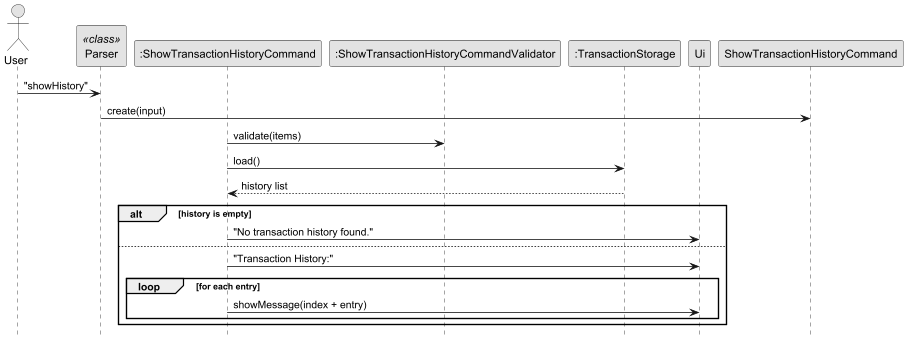
The PlantUML diagram docs/diagrams/ShowTransactionHistoryCommandSequenceDiagram.png in fmohamedfaras/tp, before a commit.
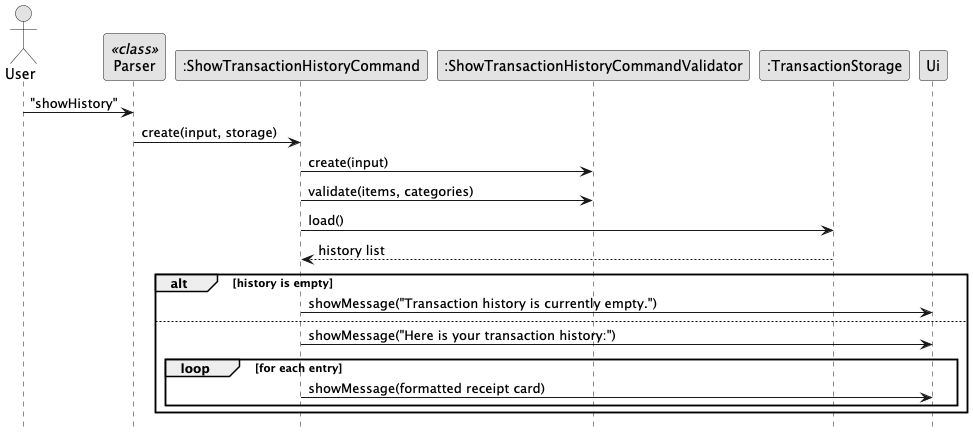
After the change.

Diff of the diagram source:
```diff
@@ -3,6 +3,7 @@
 skinparam shadowing false
 hide circle
 hide footbox
+
 
 actor User
 participant Parser <<class>>
@@ -12,19 +13,20 @@
 participant Ui
 
 User -> Parser: "showHistory"
-Parser -> ShowTransactionHistoryCommand: create(input)
+Parser -> ":ShowTransactionHistoryCommand": create(input, storage)
 
-":ShowTransactionHistoryCommand" -> ":ShowTransactionHistoryCommandValidator": validate(items)
+":ShowTransactionHistoryCommand" -> ":ShowTransactionHistoryCommandValidator": create(input)
+":ShowTransactionHistoryCommand" -> ":ShowTransactionHistoryCommandValidator": validate(items, categories)
 
 ":ShowTransactionHistoryCommand" -> ":TransactionStorage": load()
 ":TransactionStorage" --> ":ShowTransactionHistoryCommand": history list
 
 alt history is empty
-    ":ShowTransactionHistoryCommand" -> Ui: "No transaction history found."
+    ":ShowTransactionHistoryCommand" -> Ui: showMessage("Transaction history is currently empty.")
 else
-    ":ShowTransactionHistoryCommand" -> Ui: "Transaction History:"
+    ":ShowTransactionHistoryCommand" -> Ui: showMessage("Here is your transaction history:")
     loop for each entry
-        ":ShowTransactionHistoryCommand" -> Ui: showMessage(index + entry)
+        ":ShowTransactionHistoryCommand" -> Ui: showMessage(formatted receipt card)
     end
 end
 
```
